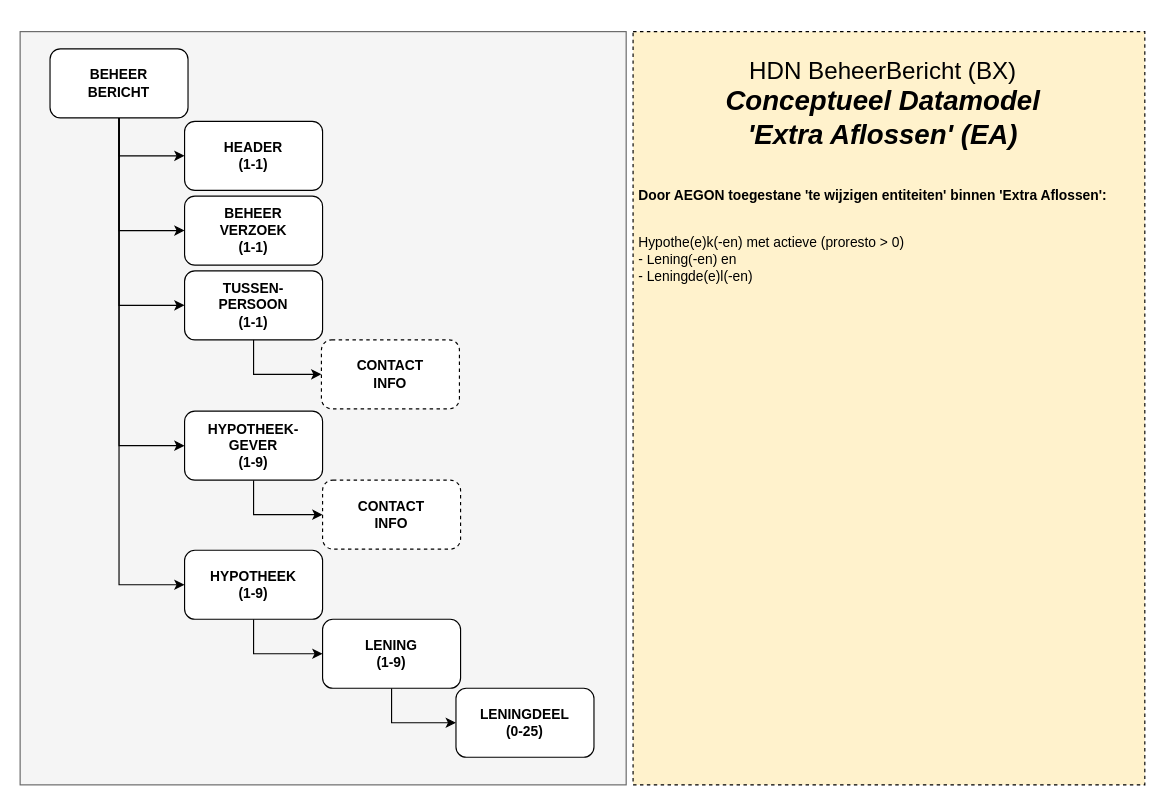
Before: page "DataModel EA" (1 of 5) of HDN_BX_MM_ExtraAflossing.drawio in luchthandel/diagrams, a draw.io diagram. Source tidied: cells renumbered, new cells numbered last; positions are measured from the earlier drawing's top-left corner, leaving out a move shared by most shapes. Both pictures are drawn from the tidied source at 115%, with x=0, y=0 at pixel (20, 31).
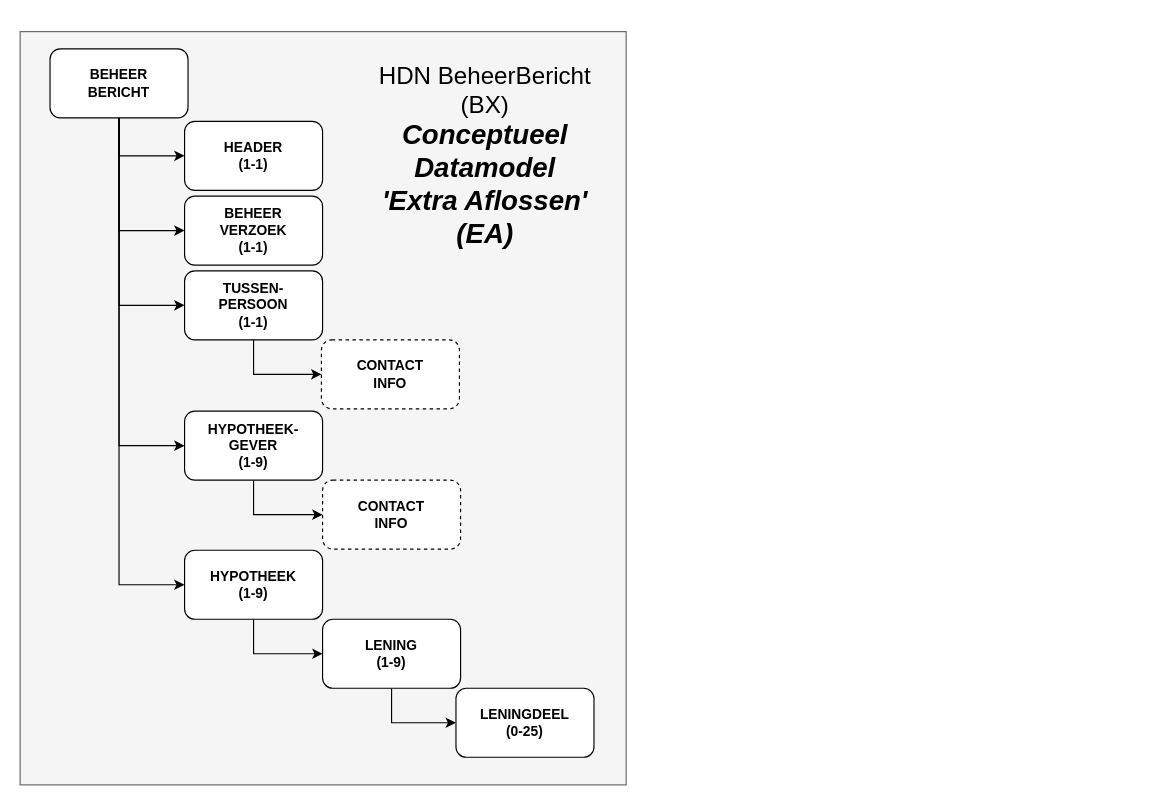
Above is the later version.

What changed in the source:
```diff
@@
-    <mxCell id="22" value="&lt;p&gt;&lt;b&gt;&lt;br class=&quot;Apple-interchange-newline&quot;&gt;&lt;br&gt;&lt;/b&gt;&lt;/p&gt;&lt;p&gt;&lt;b&gt;&lt;br class=&quot;Apple-interchange-newline&quot;&gt;&lt;br&gt;&lt;/b&gt;&lt;/p&gt;&lt;p&gt;&lt;br&gt;&lt;/p&gt;&lt;p&gt;&lt;br&gt;&lt;/p&gt;&lt;p&gt;&lt;b&gt;Door AEGON toegestane 'te wijzigen entiteiten' binnen 'Extra Aflossen':&lt;/b&gt;&lt;br&gt;&lt;/p&gt;&lt;p&gt;&lt;b&gt;&lt;br&gt;&lt;/b&gt;Hypothe(e)k(-en) met actieve (proresto &amp;gt; 0)&lt;br&gt;- Lening(-en) en&lt;br&gt;- Leningde(e)l(-en)&lt;/p&gt;&lt;br&gt;&lt;p&gt;&lt;/p&gt;" style="text;html=1;fillColor=#fff2cc;spacing=5;spacingTop=-20;whiteSpace=wrap;overflow=hidden;rounded=0;align=left;fontSize=12;verticalAlign=top;strokeColor=#000000;dashed=1;" parent="1" vertex="1">
-      <mxGeometry x="533" width="445" height="655" as="geometry" />
-    </mxCell>
     <mxCell id="23" value="&lt;font style=&quot;font-size: 21px&quot;&gt;HDN BeheerBericht (BX)&lt;br&gt;&lt;/font&gt;&lt;span style=&quot;font-size: 24px&quot;&gt;&lt;b&gt;&lt;i&gt;Conceptueel Datamodel&lt;br&gt;'Extra Aflossen' (EA)&lt;br&gt;&lt;/i&gt;&lt;/b&gt;&lt;/span&gt;" style="text;html=1;strokeColor=none;fillColor=none;align=center;verticalAlign=middle;whiteSpace=wrap;rounded=0;" parent="1" vertex="1">
-      <mxGeometry x="594" y="16" width="312.5" height="93" as="geometry" />
+      <mxGeometry x="292" y="61.5" width="225" height="93" as="geometry" />
     </mxCell>
```
